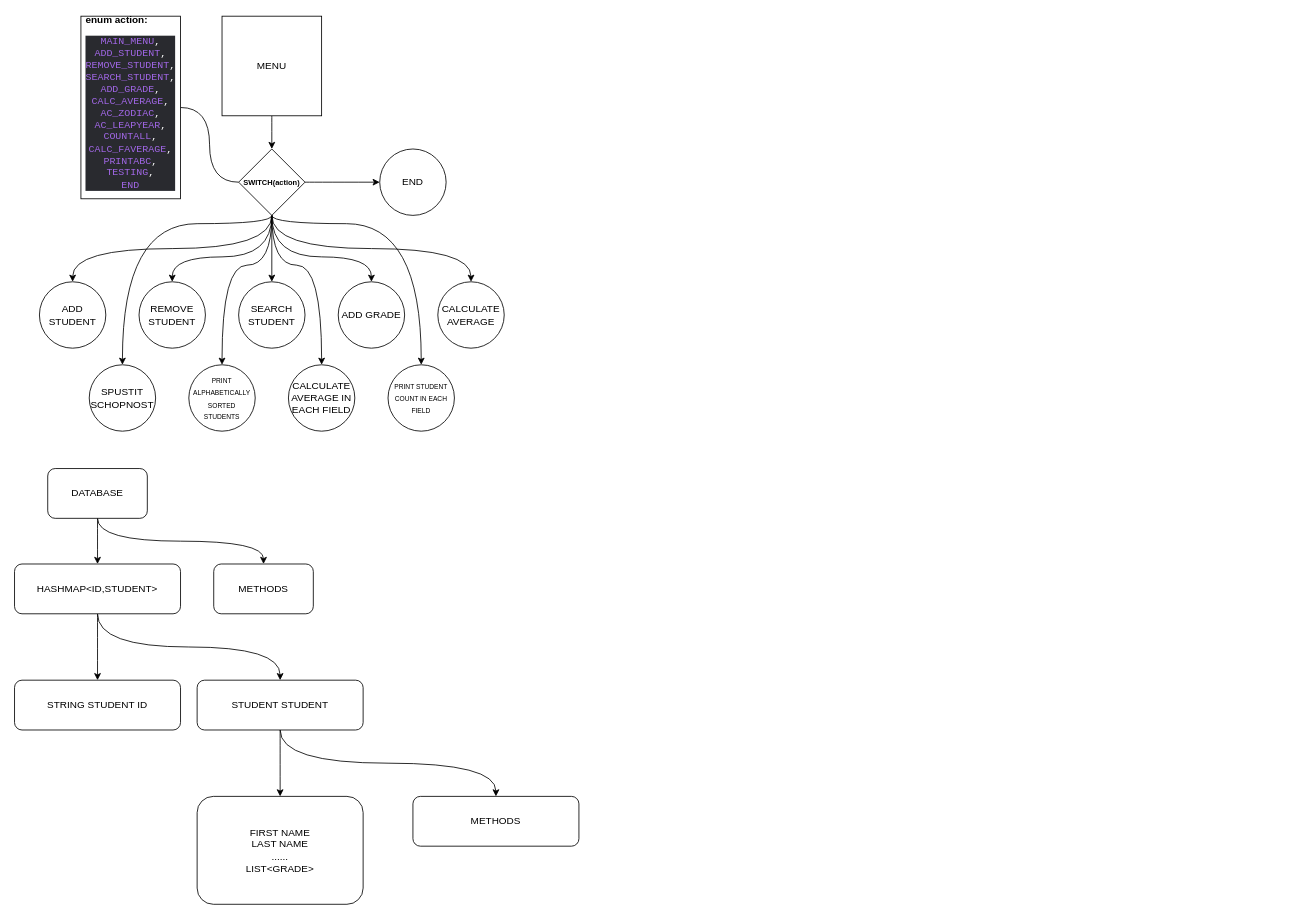
Before: images/project diagram.drawio in MusicalTester63/PC2T, a draw.io diagram. Source tidied: cells renumbered, new cells numbered last; positions are measured from the earlier drawing's top-left corner, leaving out a move shared by most shapes. Both pictures are drawn from the tidied source at 83%, with x=0, y=0 at pixel (14, 16).
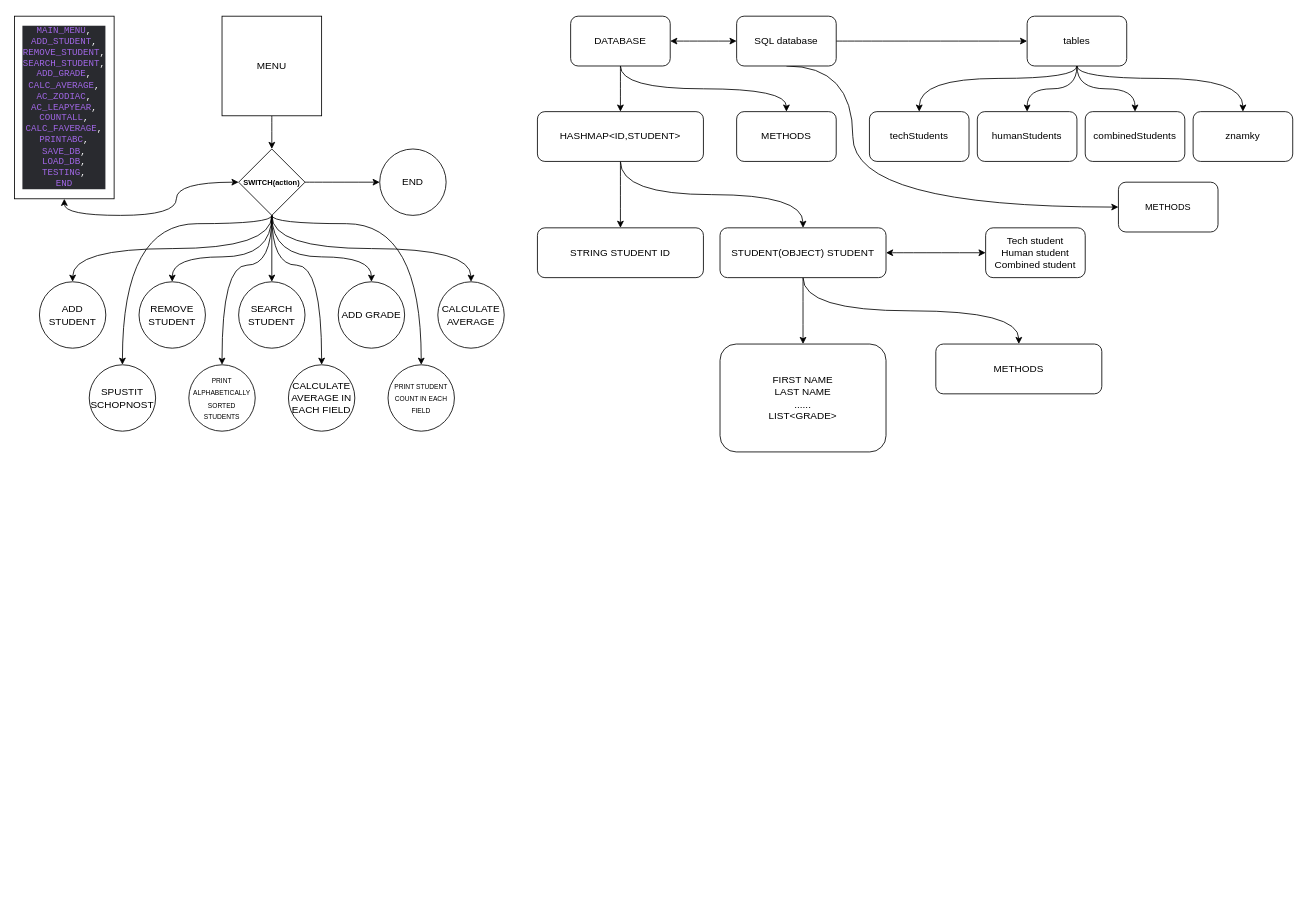
Above is the later version.

Unchanged cells that the change refers to:
```xml
<mxCell id="15" value="&lt;font size=&quot;1&quot;&gt;&lt;b style=&quot;font-size: 9px&quot;&gt;SWITCH(action)&lt;/b&gt;&lt;/font&gt;" style="rhombus;whiteSpace=wrap;html=1;fontSize=10;" parent="1" vertex="1">
  <mxGeometry x="270" y="160" width="80" height="80" as="geometry" />
</mxCell>
```

What changed in the source:
```diff
@@
-    <mxCell id="10" style="edgeStyle=orthogonalEdgeStyle;curved=1;rounded=0;jettySize=auto;html=1;fontSize=10;startArrow=none;startFill=0;endArrow=none;endFill=0;" parent="1" edge="1" source="15" target="22">
-      <mxGeometry relative="1" as="geometry" />
-    </mxCell>
@@
+    <mxCell id="40" style="edgeStyle=orthogonalEdgeStyle;rounded=0;jettySize=auto;html=1;entryX=0.5;entryY=1;entryDx=0;entryDy=0;curved=1;startArrow=classic;startFill=1;" parent="1" edge="1" source="15" target="43">
+      <mxGeometry relative="1" as="geometry" />
+    </mxCell>
@@
-    <mxCell id="22" value="&lt;div style=&quot;text-align: left&quot;&gt;&lt;b style=&quot;line-height: 1&quot;&gt;enum action:&lt;br&gt;&lt;/b&gt;&lt;/div&gt;&lt;pre style=&quot;background-color: rgb(41 , 42 , 47) ; font-family: &amp;#34;jetbrains mono&amp;#34; , monospace&quot;&gt;&lt;span style=&quot;color: rgb(161 , 103 , 230)&quot;&gt;MAIN_MENU&lt;/span&gt;&lt;font color=&quot;#ffffff&quot;&gt;,&lt;/font&gt;&lt;span style=&quot;color: rgb(161 , 103 , 230)&quot;&gt;&lt;br/&gt;ADD_STUDENT&lt;/span&gt;&lt;font color=&quot;#ffffff&quot;&gt;,&lt;br&gt;&lt;/font&gt;&lt;span style=&quot;color: rgb(161 , 103 , 230)&quot;&gt;REMOVE_STUDENT&lt;/span&gt;&lt;font color=&quot;#ffffff&quot;&gt;,&lt;br&gt;&lt;/font&gt;&lt;span style=&quot;color: rgb(161 , 103 , 230)&quot;&gt;SEARCH_STUDENT&lt;/span&gt;&lt;font color=&quot;#ffffff&quot;&gt;,&lt;br&gt;&lt;/font&gt;&lt;span style=&quot;color: rgb(161 , 103 , 230)&quot;&gt;ADD_GRADE&lt;/span&gt;&lt;font color=&quot;#ffffff&quot;&gt;,&lt;br&gt;&lt;/font&gt;&lt;span style=&quot;color: rgb(161 , 103 , 230)&quot;&gt;CALC_AVERAGE&lt;/span&gt;&lt;font color=&quot;#ffffff&quot;&gt;,&lt;br&gt;&lt;/font&gt;&lt;span style=&quot;color: rgb(161 , 103 , 230)&quot;&gt;AC_ZODIAC&lt;/span&gt;&lt;font color=&quot;#ffffff&quot;&gt;,&lt;br&gt;&lt;/font&gt;&lt;span style=&quot;color: rgb(161 , 103 , 230)&quot;&gt;AC_LEAPYEAR&lt;/span&gt;&lt;font color=&quot;#ffffff&quot;&gt;,&lt;br&gt;&lt;/font&gt;&lt;span style=&quot;color: rgb(161 , 103 , 230)&quot;&gt;COUNTALL&lt;/span&gt;&lt;font color=&quot;#ffffff&quot;&gt;,&lt;br&gt;&lt;/font&gt;&lt;span style=&quot;color: rgb(161 , 103 , 230)&quot;&gt;CALC_FAVERAGE&lt;/span&gt;&lt;font color=&quot;#ffffff&quot;&gt;,&lt;br&gt;&lt;/font&gt;&lt;span style=&quot;color: rgb(161 , 103 , 230)&quot;&gt;PRINTABC&lt;/span&gt;&lt;font color=&quot;#ffffff&quot;&gt;,&lt;br&gt;&lt;/font&gt;&lt;span style=&quot;color: rgb(161 , 103 , 230)&quot;&gt;TESTING&lt;/span&gt;&lt;font color=&quot;#ffffff&quot;&gt;,&lt;br&gt;&lt;/font&gt;&lt;span style=&quot;color: rgb(161 , 103 , 230)&quot;&gt;END&lt;/span&gt;&lt;/pre&gt;" style="whiteSpace=wrap;html=1;" parent="1" vertex="1">
-      <mxGeometry x="80" width="120" height="220" as="geometry" />
-    </mxCell>
@@
     <mxCell id="29" value="HASHMAP&amp;lt;ID,STUDENT&amp;gt;" style="rounded=1;whiteSpace=wrap;html=1;" parent="1" vertex="1">
-      <mxGeometry y="660" width="200" height="60" as="geometry" />
+      <mxGeometry x="630" y="115" width="200" height="60" as="geometry" />
     </mxCell>
     <mxCell id="30" value="STRING STUDENT ID" style="rounded=1;whiteSpace=wrap;html=1;" parent="1" vertex="1">
-      <mxGeometry y="800" width="200" height="60" as="geometry" />
+      <mxGeometry x="630" y="255" width="200" height="60" as="geometry" />
     </mxCell>
@@
+    <mxCell id="41" style="edgeStyle=orthogonalEdgeStyle;curved=1;rounded=0;jettySize=auto;html=1;fontSize=11;startArrow=classic;startFill=1;" parent="1" edge="1" source="33" target="44">
+      <mxGeometry relative="1" as="geometry" />
+    </mxCell>
-    <mxCell id="33" value="STUDENT STUDENT" style="rounded=1;whiteSpace=wrap;html=1;" parent="1" vertex="1">
-      <mxGeometry x="220" y="800" width="200" height="60" as="geometry" />
+    <mxCell id="33" value="STUDENT(OBJECT) STUDENT" style="rounded=1;whiteSpace=wrap;html=1;" parent="1" vertex="1">
+      <mxGeometry x="850" y="255" width="200" height="60" as="geometry" />
     </mxCell>
     <mxCell id="34" value="FIRST NAME&lt;br&gt;LAST NAME&lt;br&gt;......&lt;br&gt;LIST&amp;lt;GRADE&amp;gt;" style="rounded=1;whiteSpace=wrap;html=1;" parent="1" vertex="1">
-      <mxGeometry x="220" y="940" width="200" height="130" as="geometry" />
+      <mxGeometry x="850" y="395" width="200" height="130" as="geometry" />
     </mxCell>
     <mxCell id="35" value="METHODS" style="rounded=1;whiteSpace=wrap;html=1;" parent="1" vertex="1">
-      <mxGeometry x="480" y="940" width="200" height="60" as="geometry" />
+      <mxGeometry x="1110" y="395" width="200" height="60" as="geometry" />
     </mxCell>
@@
+    <mxCell id="42" style="edgeStyle=orthogonalEdgeStyle;curved=1;rounded=0;jettySize=auto;html=1;fontSize=11;startArrow=classic;startFill=1;" parent="1" edge="1" source="38" target="47">
+      <mxGeometry relative="1" as="geometry" />
+    </mxCell>
     <mxCell id="38" value="DATABASE" style="rounded=1;whiteSpace=wrap;html=1;" parent="1" vertex="1">
-      <mxGeometry x="40" y="545" width="120" height="60" as="geometry" />
+      <mxGeometry x="670" width="120" height="60" as="geometry" />
     </mxCell>
     <mxCell id="39" value="METHODS" style="rounded=1;whiteSpace=wrap;html=1;" parent="1" vertex="1">
-      <mxGeometry x="240" y="660" width="120" height="60" as="geometry" />
+      <mxGeometry x="870" y="115" width="120" height="60" as="geometry" />
     </mxCell>
+    <mxCell id="43" value="&lt;pre style=&quot;background-color: rgb(41 , 42 , 47) ; color: rgb(255 , 255 , 255) ; font-family: &amp;#34;jetbrains mono&amp;#34; , monospace ; font-size: 11px&quot;&gt;&lt;span style=&quot;color: #a167e6&quot;&gt;MAIN_MENU&lt;/span&gt;,&lt;br&gt;&lt;span style=&quot;color: #a167e6&quot;&gt;ADD_STUDENT&lt;/span&gt;,&lt;br&gt;&lt;span style=&quot;color: #a167e6&quot;&gt;REMOVE_STUDENT&lt;/span&gt;,&lt;br&gt;&lt;span style=&quot;color: #a167e6&quot;&gt;SEARCH_STUDENT&lt;/span&gt;,&lt;br&gt;&lt;span style=&quot;color: #a167e6&quot;&gt;ADD_GRADE&lt;/span&gt;,&lt;br&gt;&lt;span style=&quot;color: #a167e6&quot;&gt;CALC_AVERAGE&lt;/span&gt;,&lt;br&gt;&lt;span style=&quot;color: #a167e6&quot;&gt;AC_ZODIAC&lt;/span&gt;,&lt;br&gt;&lt;span style=&quot;color: #a167e6&quot;&gt;AC_LEAPYEAR&lt;/span&gt;,&lt;br&gt;&lt;span style=&quot;color: #a167e6&quot;&gt;COUNTALL&lt;/span&gt;,&lt;br&gt;&lt;span style=&quot;color: #a167e6&quot;&gt;CALC_FAVERAGE&lt;/span&gt;,&lt;br&gt;&lt;span style=&quot;color: #a167e6&quot;&gt;PRINTABC&lt;/span&gt;,&lt;br&gt;&lt;span style=&quot;color: #a167e6&quot;&gt;SAVE_DB&lt;/span&gt;,&lt;br&gt;&lt;span style=&quot;color: #a167e6&quot;&gt;LOAD_DB&lt;/span&gt;,&lt;br&gt;&lt;span style=&quot;color: #a167e6&quot;&gt;TESTING&lt;/span&gt;,&lt;br&gt;&lt;span style=&quot;color: #a167e6&quot;&gt;END&lt;/span&gt;&lt;/pre&gt;" style="whiteSpace=wrap;html=1;fontSize=10;" parent="1" vertex="1">
+      <mxGeometry width="120" height="220" as="geometry" />
+    </mxCell>
+    <mxCell id="44" value="Tech student&lt;br&gt;Human student&lt;br&gt;Combined student" style="whiteSpace=wrap;html=1;rounded=1;" parent="1" vertex="1">
+      <mxGeometry x="1170" y="255" width="120" height="60" as="geometry" />
+    </mxCell>
+    <mxCell id="45" style="edgeStyle=orthogonalEdgeStyle;curved=1;rounded=0;jettySize=auto;html=1;fontSize=11;startArrow=none;startFill=0;" parent="1" edge="1" source="47" target="52">
+      <mxGeometry relative="1" as="geometry" />
+    </mxCell>
+    <mxCell id="46" style="edgeStyle=orthogonalEdgeStyle;curved=1;rounded=0;jettySize=auto;html=1;exitX=0.5;exitY=1;exitDx=0;exitDy=0;fontSize=11;startArrow=none;startFill=0;entryX=0;entryY=0.5;entryDx=0;entryDy=0;" parent="1" edge="1" source="47" target="57">
+      <mxGeometry relative="1" as="geometry">
+        <Array as="points">
+          <mxPoint x="1010" y="60" />
+          <mxPoint x="1010" y="230" />
+        </Array>
+      </mxGeometry>
+    </mxCell>
+    <mxCell id="47" value="SQL database" style="rounded=1;whiteSpace=wrap;html=1;" parent="1" vertex="1">
+      <mxGeometry x="870" width="120" height="60" as="geometry" />
+    </mxCell>
+    <mxCell id="48" style="edgeStyle=orthogonalEdgeStyle;curved=1;rounded=0;jettySize=auto;html=1;fontSize=11;startArrow=none;startFill=0;exitX=0.5;exitY=1;exitDx=0;exitDy=0;" parent="1" edge="1" source="52" target="53">
+      <mxGeometry relative="1" as="geometry">
+        <Array as="points">
+          <mxPoint x="1280" y="75" />
+          <mxPoint x="1090" y="75" />
+        </Array>
+      </mxGeometry>
+    </mxCell>
+    <mxCell id="49" style="edgeStyle=orthogonalEdgeStyle;curved=1;rounded=0;jettySize=auto;html=1;fontSize=11;startArrow=none;startFill=0;exitX=0.5;exitY=1;exitDx=0;exitDy=0;" parent="1" edge="1" source="52" target="54">
+      <mxGeometry relative="1" as="geometry" />
+    </mxCell>
+    <mxCell id="50" style="edgeStyle=orthogonalEdgeStyle;curved=1;rounded=0;jettySize=auto;html=1;fontSize=11;startArrow=none;startFill=0;" parent="1" edge="1" source="52" target="55">
+      <mxGeometry relative="1" as="geometry" />
+    </mxCell>
+    <mxCell id="51" style="edgeStyle=orthogonalEdgeStyle;curved=1;rounded=0;jettySize=auto;html=1;exitX=0.5;exitY=1;exitDx=0;exitDy=0;entryX=0.5;entryY=0;entryDx=0;entryDy=0;fontSize=11;startArrow=none;startFill=0;" parent="1" edge="1" source="52" target="56">
+      <mxGeometry relative="1" as="geometry">
+        <Array as="points">
+          <mxPoint x="1280" y="75" />
+          <mxPoint x="1480" y="75" />
+        </Array>
+      </mxGeometry>
+    </mxCell>
+    <mxCell id="52" value="tables" style="whiteSpace=wrap;html=1;rounded=1;" parent="1" vertex="1">
+      <mxGeometry x="1220" width="120" height="60" as="geometry" />
+    </mxCell>
+    <mxCell id="53" value="techStudents" style="whiteSpace=wrap;html=1;rounded=1;" parent="1" vertex="1">
+      <mxGeometry x="1030" y="115" width="120" height="60" as="geometry" />
+    </mxCell>
+    <mxCell id="54" value="combinedStudents" style="whiteSpace=wrap;html=1;rounded=1;" parent="1" vertex="1">
+      <mxGeometry x="1290" y="115" width="120" height="60" as="geometry" />
+    </mxCell>
+    <mxCell id="55" value="humanStudents" style="whiteSpace=wrap;html=1;rounded=1;" parent="1" vertex="1">
+      <mxGeometry x="1160" y="115" width="120" height="60" as="geometry" />
+    </mxCell>
+    <mxCell id="56" value="znamky" style="whiteSpace=wrap;html=1;rounded=1;" parent="1" vertex="1">
+      <mxGeometry x="1420" y="115" width="120" height="60" as="geometry" />
+    </mxCell>
+    <mxCell id="57" value="METHODS" style="rounded=1;whiteSpace=wrap;html=1;fontSize=11;" parent="1" vertex="1">
+      <mxGeometry x="1330" y="200" width="120" height="60" as="geometry" />
+    </mxCell>
```
